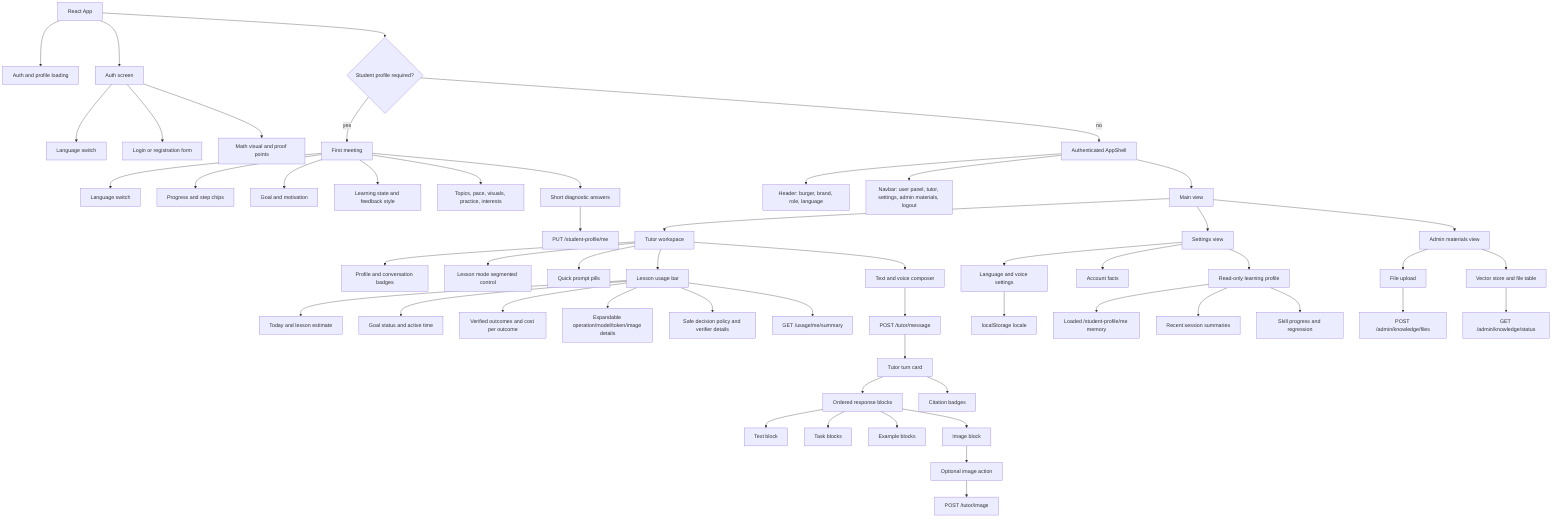
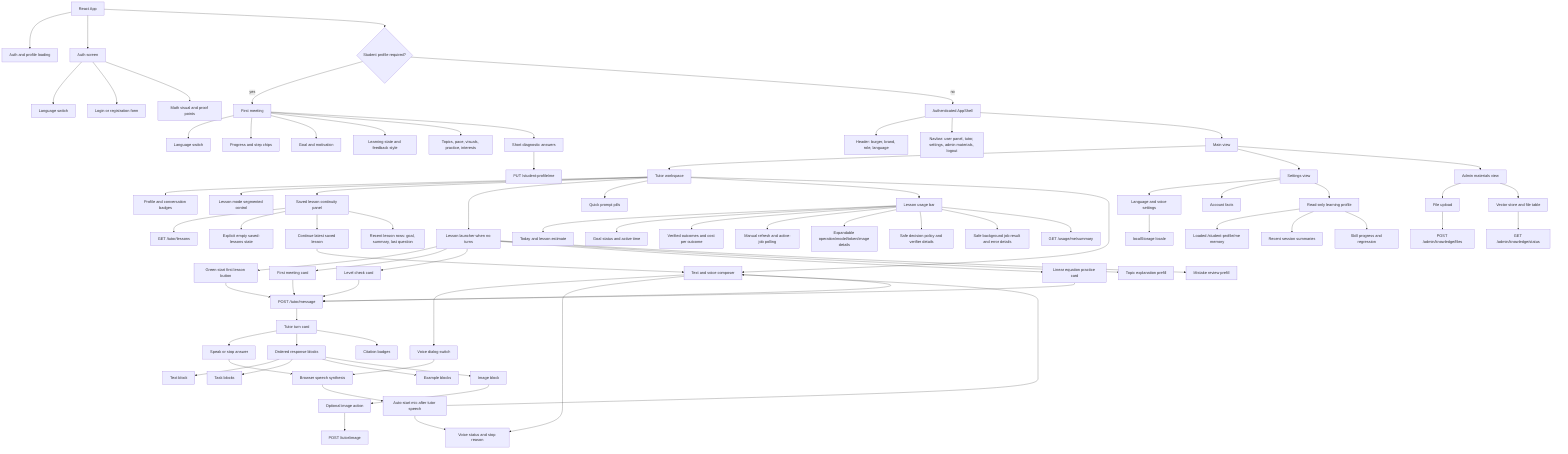
flowchart TB
  App[React App] --> Loading[Auth and profile loading]
  App --> Auth[Auth screen]
  Auth --> AuthLang[Language switch]
  Auth --> AuthForm[Login or registration form]
  Auth --> AuthVisual[Math visual and proof points]

  App --> FirstMeeting{Student profile required?}
  FirstMeeting -->|yes| Meeting[First meeting]
  Meeting --> MeetingLang[Language switch]
  Meeting --> MeetingProgress[Progress and step chips]
  Meeting --> Goal[Goal and motivation]
  Meeting --> Learning[Learning state and feedback style]
  Meeting --> Preferences[Topics, pace, visuals, practice, interests]
  Meeting --> Diagnostics[Short diagnostic answers]
  Diagnostics --> ProfileApi[PUT /student-profile/me]

  FirstMeeting -->|no| Shell[Authenticated AppShell]
  Shell --> Header[Header: burger, brand, role, language]
  Shell --> Navbar[Navbar: user panel, tutor, settings, admin materials, logout]
  Shell --> Main[Main view]

  Main --> Tutor[Tutor workspace]
  Tutor --> TutorStatus[Profile and conversation badges]
  Tutor --> LessonMode[Lesson mode segmented control]
+   Tutor --> LessonHistory[Saved lesson continuity panel]
+   LessonHistory --> HistoryApi[GET /tutor/lessons]
+   LessonHistory --> EmptyHistory[Explicit empty saved-lessons state]
+   LessonHistory --> ResumeLatest[Continue latest saved lesson]
+   LessonHistory --> HistoryRows[Recent lesson rows: goal, summary, last question]
+   ResumeLatest --> Composer
+   Tutor --> LessonLauncher[Lesson launcher when no turns]
+   LessonLauncher --> StartFirst[Green start first lesson button]
+   LessonLauncher --> MeetingCard[First meeting card]
+   LessonLauncher --> DiagnosticCard[Level check card]
+   LessonLauncher --> PracticeCard[Linear equation practice card]
+   LessonLauncher --> TopicCard[Topic explanation prefill]
+   LessonLauncher --> MistakeCard[Mistake review prefill]
+   StartFirst --> TutorApi[POST /tutor/message]
+   MeetingCard --> TutorApi
+   DiagnosticCard --> TutorApi
+   PracticeCard --> TutorApi
  Tutor --> QuickPrompts[Quick prompt pills]
  Tutor --> UsageBar[Lesson usage bar]
  UsageBar --> UsageSummary[Today and lesson estimate]
  UsageBar --> GoalStatus[Goal status and active time]
  UsageBar --> VerifiedOutcome[Verified outcomes and cost per outcome]
+   UsageBar --> UsageRefresh[Manual refresh and active-job polling]
  UsageBar --> UsageDetails[Expandable operation/model/token/image details]
  UsageBar --> DecisionDetails[Safe decision policy and verifier details]
+   UsageBar --> BackgroundJobDetails[Safe background job result and error details]
  UsageBar --> UsageApi[GET /usage/me/summary]
  Tutor --> Composer[Text and voice composer]
+   Composer --> VoiceOutput[Voice dialog switch]
+   Composer --> VoiceStatus[Voice status and stop reason]
+   VoiceOutput --> SpeechSynthesis[Browser speech synthesis]
+   SpeechSynthesis --> AutoMic[Auto-start mic after tutor speech]
+   AutoMic --> VoiceStatus
+   AutoMic --> Composer
  Composer --> TutorApi[POST /tutor/message]
  TutorApi --> TurnCard[Tutor turn card]
+   TurnCard --> SpeakAction[Speak or stop answer]
+   SpeakAction --> SpeechSynthesis
  TurnCard --> Blocks[Ordered response blocks]
  Blocks --> Explanation[Text block]
  Blocks --> Tasks[Task blocks]
  Blocks --> Examples[Example blocks]
  Blocks --> ImageBlock[Image block]
  TurnCard --> Citations[Citation badges]
  ImageBlock --> ImageAction[Optional image action]
  ImageAction --> ImageApi[POST /tutor/image]

  Main --> Settings[Settings view]
  Settings --> Interface[Language and voice settings]
  Settings --> Account[Account facts]
  Settings --> Profile[Read-only learning profile]
  Interface --> LocaleStore[localStorage locale]
  Profile --> ProfileMemory[Loaded /student-profile/me memory]
  Profile --> SessionMemory[Recent session summaries]
  Profile --> SkillMemory[Skill progress and regression]

  Main --> Knowledge[Admin materials view]
  Knowledge --> Upload[File upload]
  Knowledge --> Status[Vector store and file table]
  Upload --> KnowledgeApi[POST /admin/knowledge/files]
  Status --> StatusApi[GET /admin/knowledge/status]
